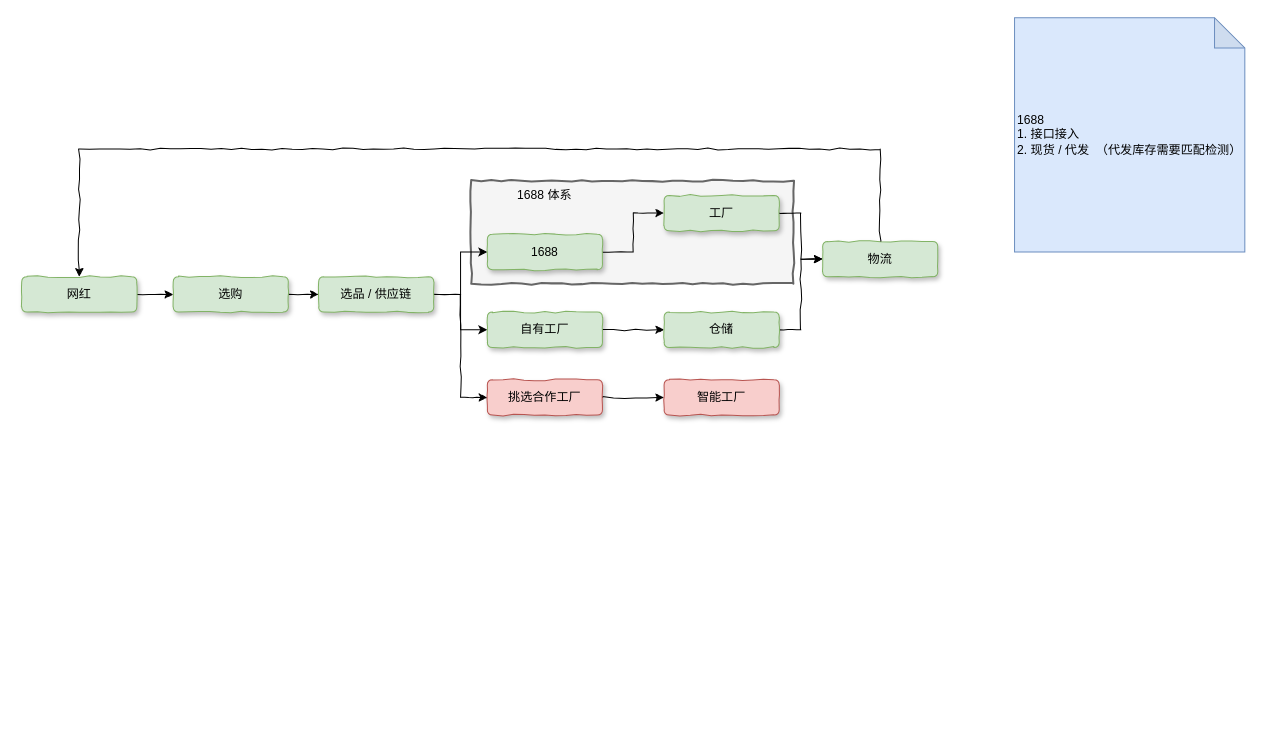
Before: 洋葱结构梳理.drawio in chenyz/EGOTableViewPullRefresh, a draw.io diagram. Source tidied: cells renumbered, new cells numbered last; positions are measured from the earlier drawing's top-left corner, leaving out a move shared by most shapes. Both pictures are drawn from the tidied source at 101%, with x=0, y=0 at pixel (21, 17).
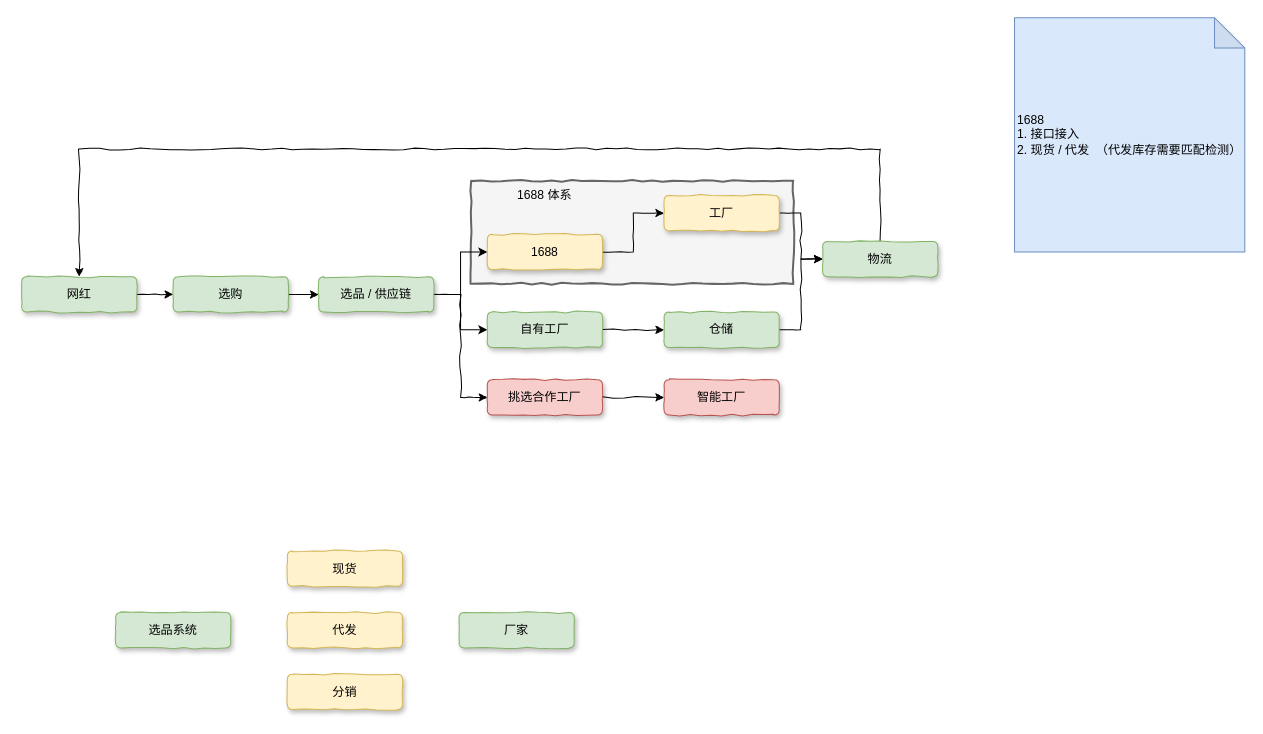
The same page after the edit.

Commit message (it also covers changes not shown here):
更新洋葱结构梳理.drawio

Change to the diagram source:
```diff
@@
-    <mxCell id="10" value="1688" style="rounded=1;whiteSpace=wrap;html=1;shadow=1;comic=1;fillColor=#d5e8d4;strokeColor=#82b366;" parent="1" vertex="1">
+    <mxCell id="10" value="1688" style="rounded=1;whiteSpace=wrap;html=1;shadow=1;comic=1;fillColor=#fff2cc;strokeColor=#d6b656;" parent="1" vertex="1">
       <mxGeometry x="461" y="214.5" width="114" height="35" as="geometry" />
     </mxCell>
@@
-    <mxCell id="14" value="工厂" style="rounded=1;whiteSpace=wrap;html=1;shadow=1;comic=1;fillColor=#d5e8d4;strokeColor=#82b366;" parent="1" vertex="1">
+    <mxCell id="14" value="工厂" style="rounded=1;whiteSpace=wrap;html=1;shadow=1;comic=1;fillColor=#fff2cc;strokeColor=#d6b656;" parent="1" vertex="1">
       <mxGeometry x="636" y="176" width="114" height="35" as="geometry" />
     </mxCell>
@@
+    <mxCell id="26" value="厂家" style="rounded=1;whiteSpace=wrap;html=1;shadow=1;comic=1;fillColor=#d5e8d4;strokeColor=#82b366;" parent="1" vertex="1">
+      <mxGeometry x="433" y="589" width="114" height="35" as="geometry" />
+    </mxCell>
+    <mxCell id="27" value="现货" style="rounded=1;whiteSpace=wrap;html=1;shadow=1;comic=1;fillColor=#fff2cc;strokeColor=#d6b656;" parent="1" vertex="1">
+      <mxGeometry x="263" y="528" width="114" height="35" as="geometry" />
+    </mxCell>
+    <mxCell id="28" value="代发" style="rounded=1;whiteSpace=wrap;html=1;shadow=1;comic=1;fillColor=#fff2cc;strokeColor=#d6b656;" parent="1" vertex="1">
+      <mxGeometry x="263" y="589" width="114" height="35" as="geometry" />
+    </mxCell>
+    <mxCell id="29" value="分销" style="rounded=1;whiteSpace=wrap;html=1;shadow=1;comic=1;fillColor=#fff2cc;strokeColor=#d6b656;" parent="1" vertex="1">
+      <mxGeometry x="263" y="650" width="114" height="35" as="geometry" />
+    </mxCell>
+    <mxCell id="30" value="选品系统" style="rounded=1;whiteSpace=wrap;html=1;shadow=1;comic=1;fillColor=#d5e8d4;strokeColor=#82b366;" parent="1" vertex="1">
+      <mxGeometry x="93" y="589" width="114" height="35" as="geometry" />
+    </mxCell>
```
